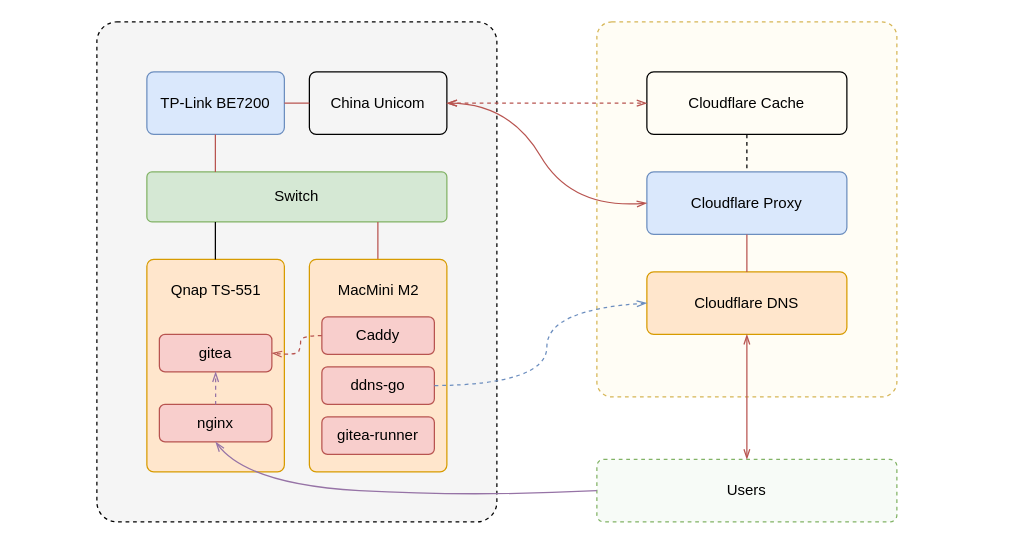
Above: source/_local/blog-from-scratch/topology.drawio in Linloir/blog (draw.io), before the change. Source tidied: cells renumbered, new cells numbered last; positions are measured from the earlier drawing's top-left corner, leaving out a move shared by most shapes. Both pictures are drawn from the tidied source at 125%, with x=0, y=0 at pixel (96, 21).
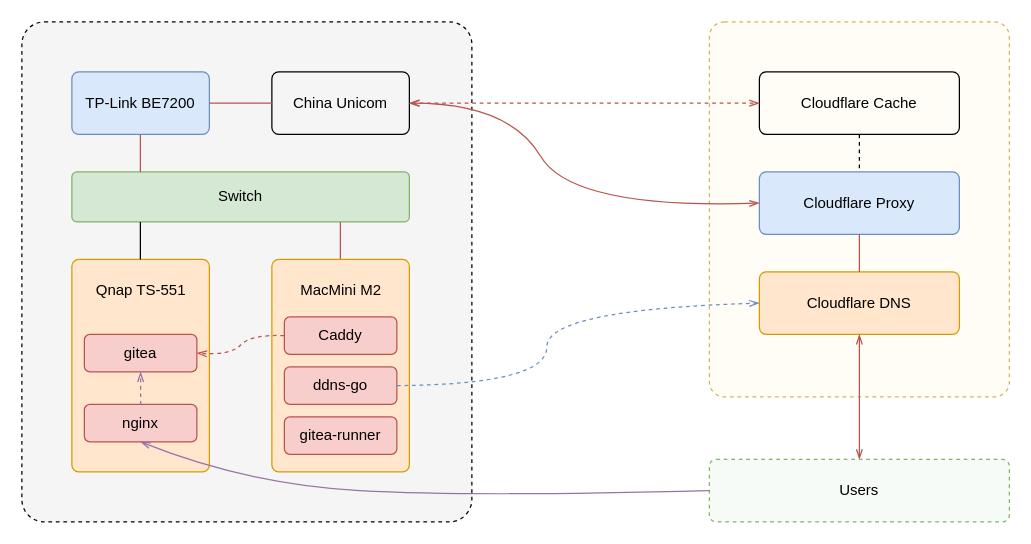
After the change.

Diff of the diagram source:
```diff
@@
+    <mxCell id="33" style="group;" parent="1" vertex="1">
+      <mxGeometry x="-60" width="790" height="400" as="geometry" />
+    </mxCell>
-    <mxCell id="2" style="rounded=1;whiteSpace=wrap;html=1;dashed=1;arcSize=5;fillOpacity=20;fillColor=#fff2cc;strokeColor=#d6b656;" parent="1" vertex="1">
-      <mxGeometry x="400" width="240" height="300" as="geometry" />
+    <mxCell id="2" style="rounded=1;whiteSpace=wrap;html=1;dashed=1;arcSize=5;fillOpacity=20;fillColor=#fff2cc;strokeColor=#d6b656;" parent="33" vertex="1">
+      <mxGeometry x="550" width="240" height="300" as="geometry" />
     </mxCell>
-    <mxCell id="3" style="rounded=1;whiteSpace=wrap;html=1;dashed=1;fillColor=#CCCCCC;strokeColor=#000000;arcSize=5;fillOpacity=20;" parent="1" vertex="1">
-      <mxGeometry width="320" height="400" as="geometry" />
+    <mxCell id="3" style="rounded=1;whiteSpace=wrap;html=1;dashed=1;fillColor=#CCCCCC;strokeColor=#000000;arcSize=5;fillOpacity=20;" parent="33" vertex="1">
+      <mxGeometry width="360" height="400" as="geometry" />
     </mxCell>
-    <mxCell id="4" value="Switch" style="rounded=1;whiteSpace=wrap;html=1;fillOpacity=100;arcSize=10;fillColor=#d5e8d4;strokeColor=#82b366;" parent="1" vertex="1">
-      <mxGeometry x="40" y="120" width="240" height="40" as="geometry" />
+    <mxCell id="4" value="Switch" style="rounded=1;whiteSpace=wrap;html=1;fillOpacity=100;arcSize=10;fillColor=#d5e8d4;strokeColor=#82b366;" parent="33" vertex="1">
+      <mxGeometry x="40" y="120" width="270" height="40" as="geometry" />
     </mxCell>
-    <mxCell id="5" value="China Unicom" style="rounded=1;whiteSpace=wrap;html=1;fillOpacity=100;arcSize=11;fillColor=none;" parent="1" vertex="1">
-      <mxGeometry x="170" y="40" width="110" height="50" as="geometry" />
+    <mxCell id="5" value="China Unicom" style="rounded=1;whiteSpace=wrap;html=1;fillOpacity=100;arcSize=11;fillColor=none;" parent="33" vertex="1">
+      <mxGeometry x="200" y="40" width="110" height="50" as="geometry" />
     </mxCell>
-    <mxCell id="6" value="TP-Link BE7200" style="rounded=1;whiteSpace=wrap;html=1;fillOpacity=100;arcSize=11;fillColor=#dae8fc;strokeColor=#6c8ebf;" parent="1" vertex="1">
+    <mxCell id="6" value="TP-Link BE7200" style="rounded=1;whiteSpace=wrap;html=1;fillOpacity=100;arcSize=11;fillColor=#dae8fc;strokeColor=#6c8ebf;" parent="33" vertex="1">
       <mxGeometry x="40" y="40" width="110" height="50" as="geometry" />
     </mxCell>
-    <mxCell id="7" style="rounded=1;whiteSpace=wrap;html=1;fillOpacity=100;arcSize=5;imageHeight=24;fillColor=#ffe6cc;strokeColor=#d79b00;" parent="1" vertex="1">
+    <mxCell id="7" style="rounded=1;whiteSpace=wrap;html=1;fillOpacity=100;arcSize=5;imageHeight=24;fillColor=#ffe6cc;strokeColor=#d79b00;" parent="33" vertex="1">
       <mxGeometry x="40" y="190" width="110" height="170" as="geometry" />
     </mxCell>
-    <mxCell id="8" style="endArrow=none;html=1;rounded=0;fontFamily=Helvetica;fontSize=12;fontColor=default;entryX=0;entryY=0.5;entryDx=0;entryDy=0;strokeWidth=1;exitX=1;exitY=0.5;exitDx=0;exitDy=0;fillColor=#f8cecc;strokeColor=#b85450;" parent="1" edge="1" source="6" target="5">
+    <mxCell id="8" style="endArrow=none;html=1;rounded=0;fontFamily=Helvetica;fontSize=12;fontColor=default;entryX=0;entryY=0.5;entryDx=0;entryDy=0;strokeWidth=1;exitX=1;exitY=0.5;exitDx=0;exitDy=0;fillColor=#f8cecc;strokeColor=#b85450;" parent="33" edge="1" source="6" target="5">
       <mxGeometry relative="1" as="geometry" />
     </mxCell>
-    <mxCell id="9" style="endArrow=none;html=1;rounded=0;fontFamily=Helvetica;fontSize=12;fontColor=default;entryX=0.5;entryY=1;entryDx=0;entryDy=0;strokeWidth=1;fillColor=#f8cecc;strokeColor=#b85450;" parent="1" edge="1">
+    <mxCell id="9" style="endArrow=none;html=1;rounded=0;fontFamily=Helvetica;fontSize=12;fontColor=default;entryX=0.5;entryY=1;entryDx=0;entryDy=0;strokeWidth=1;fillColor=#f8cecc;strokeColor=#b85450;" parent="33" edge="1">
       <mxGeometry relative="1" as="geometry">
         <mxPoint x="94.8" y="120" as="sourcePoint" />
         <mxPoint x="94.8" y="90" as="targetPoint" />
       </mxGeometry>
     </mxCell>
-    <mxCell id="10" style="endArrow=none;html=1;rounded=0;fontFamily=Helvetica;fontSize=12;fontColor=default;entryX=0.5;entryY=1;entryDx=0;entryDy=0;strokeWidth=1;" parent="1" edge="1">
+    <mxCell id="10" style="endArrow=none;html=1;rounded=0;fontFamily=Helvetica;fontSize=12;fontColor=default;entryX=0.5;entryY=1;entryDx=0;entryDy=0;strokeWidth=1;" parent="33" edge="1">
       <mxGeometry relative="1" as="geometry">
         <mxPoint x="94.8" y="190" as="sourcePoint" />
         <mxPoint x="94.8" y="160" as="targetPoint" />
       </mxGeometry>
     </mxCell>
-    <mxCell id="11" style="endArrow=none;html=1;rounded=0;fontFamily=Helvetica;fontSize=12;fontColor=default;entryX=0.5;entryY=1;entryDx=0;entryDy=0;strokeWidth=1;fillColor=#f8cecc;strokeColor=#b85450;" parent="1" edge="1">
+    <mxCell id="11" style="endArrow=none;html=1;rounded=0;fontFamily=Helvetica;fontSize=12;fontColor=default;entryX=0.5;entryY=1;entryDx=0;entryDy=0;strokeWidth=1;fillColor=#f8cecc;strokeColor=#b85450;" parent="33" edge="1">
       <mxGeometry relative="1" as="geometry">
-        <mxPoint x="224.8" y="190" as="sourcePoint" />
-        <mxPoint x="224.8" y="160" as="targetPoint" />
+        <mxPoint x="254.8" y="190" as="sourcePoint" />
+        <mxPoint x="254.8" y="160" as="targetPoint" />
       </mxGeometry>
     </mxCell>
-    <mxCell id="12" value="Qnap TS-551" style="text;html=1;align=center;verticalAlign=middle;whiteSpace=wrap;rounded=0;fontFamily=Helvetica;fontSize=12;fontColor=default;" parent="1" vertex="1">
+    <mxCell id="12" value="Qnap TS-551" style="text;html=1;align=center;verticalAlign=middle;whiteSpace=wrap;rounded=0;fontFamily=Helvetica;fontSize=12;fontColor=default;" parent="33" vertex="1">
       <mxGeometry x="52.5" y="200" width="85" height="30" as="geometry" />
     </mxCell>
-    <mxCell id="13" value="gitea" style="rounded=1;whiteSpace=wrap;html=1;align=center;verticalAlign=middle;fontFamily=Helvetica;fontSize=12;glass=0;shadow=0;fillColor=#f8cecc;strokeColor=#b85450;strokeWidth=1;" parent="1" vertex="1">
+    <mxCell id="13" value="gitea" style="rounded=1;whiteSpace=wrap;html=1;align=center;verticalAlign=middle;fontFamily=Helvetica;fontSize=12;glass=0;shadow=0;fillColor=#f8cecc;strokeColor=#b85450;strokeWidth=1;" parent="33" vertex="1">
       <mxGeometry x="50" y="250" width="90" height="30" as="geometry" />
     </mxCell>
-    <mxCell id="14" value="nginx" style="rounded=1;whiteSpace=wrap;html=1;align=center;verticalAlign=middle;fontFamily=Helvetica;fontSize=12;glass=0;shadow=0;fillColor=#f8cecc;strokeColor=#b85450;strokeWidth=1;" parent="1" vertex="1">
+    <mxCell id="14" value="nginx" style="rounded=1;whiteSpace=wrap;html=1;align=center;verticalAlign=middle;fontFamily=Helvetica;fontSize=12;glass=0;shadow=0;fillColor=#f8cecc;strokeColor=#b85450;strokeWidth=1;" parent="33" vertex="1">
       <mxGeometry x="50" y="306" width="90" height="30" as="geometry" />
     </mxCell>
-    <mxCell id="15" style="rounded=1;whiteSpace=wrap;html=1;fillOpacity=100;arcSize=5;imageHeight=24;fillColor=#ffe6cc;strokeColor=#d79b00;" parent="1" vertex="1">
-      <mxGeometry x="170" y="190" width="110" height="170" as="geometry" />
+    <mxCell id="15" style="rounded=1;whiteSpace=wrap;html=1;fillOpacity=100;arcSize=5;imageHeight=24;fillColor=#ffe6cc;strokeColor=#d79b00;" parent="33" vertex="1">
+      <mxGeometry x="200" y="190" width="110" height="170" as="geometry" />
     </mxCell>
-    <mxCell id="16" value="Caddy" style="rounded=1;whiteSpace=wrap;html=1;align=center;verticalAlign=middle;fontFamily=Helvetica;fontSize=12;glass=0;shadow=0;fillColor=#f8cecc;strokeColor=#b85450;strokeWidth=1;" parent="1" vertex="1">
-      <mxGeometry x="180" y="236" width="90" height="30" as="geometry" />
+    <mxCell id="16" value="Caddy" style="rounded=1;whiteSpace=wrap;html=1;align=center;verticalAlign=middle;fontFamily=Helvetica;fontSize=12;glass=0;shadow=0;fillColor=#f8cecc;strokeColor=#b85450;strokeWidth=1;" parent="33" vertex="1">
+      <mxGeometry x="210" y="236" width="90" height="30" as="geometry" />
     </mxCell>
-    <mxCell id="17" value="MacMini M2" style="text;html=1;align=center;verticalAlign=middle;whiteSpace=wrap;rounded=0;fontFamily=Helvetica;fontSize=12;fontColor=default;" parent="1" vertex="1">
-      <mxGeometry x="182.5" y="200" width="85" height="30" as="geometry" />
+    <mxCell id="17" value="MacMini M2" style="text;html=1;align=center;verticalAlign=middle;whiteSpace=wrap;rounded=0;fontFamily=Helvetica;fontSize=12;fontColor=default;" parent="33" vertex="1">
+      <mxGeometry x="212.5" y="200" width="85" height="30" as="geometry" />
     </mxCell>
-    <mxCell id="18" value="ddns-go" style="rounded=1;whiteSpace=wrap;html=1;align=center;verticalAlign=middle;fontFamily=Helvetica;fontSize=12;glass=0;shadow=0;fillColor=#f8cecc;strokeColor=#b85450;strokeWidth=1;" parent="1" vertex="1">
-      <mxGeometry x="180" y="276" width="90" height="30" as="geometry" />
+    <mxCell id="18" value="ddns-go" style="rounded=1;whiteSpace=wrap;html=1;align=center;verticalAlign=middle;fontFamily=Helvetica;fontSize=12;glass=0;shadow=0;fillColor=#f8cecc;strokeColor=#b85450;strokeWidth=1;" parent="33" vertex="1">
+      <mxGeometry x="210" y="276" width="90" height="30" as="geometry" />
     </mxCell>
-    <mxCell id="19" value="gitea-runner" style="rounded=1;whiteSpace=wrap;html=1;align=center;verticalAlign=middle;fontFamily=Helvetica;fontSize=12;glass=0;shadow=0;fillColor=#f8cecc;strokeColor=#b85450;strokeWidth=1;" parent="1" vertex="1">
-      <mxGeometry x="180" y="316" width="90" height="30" as="geometry" />
+    <mxCell id="19" value="gitea-runner" style="rounded=1;whiteSpace=wrap;html=1;align=center;verticalAlign=middle;fontFamily=Helvetica;fontSize=12;glass=0;shadow=0;fillColor=#f8cecc;strokeColor=#b85450;strokeWidth=1;" parent="33" vertex="1">
+      <mxGeometry x="210" y="316" width="90" height="30" as="geometry" />
     </mxCell>
-    <mxCell id="20" style="curved=1;endArrow=openThin;html=1;rounded=0;fontFamily=Helvetica;fontSize=12;fontColor=default;exitX=0;exitY=0.5;exitDx=0;exitDy=0;entryX=1;entryY=0.5;entryDx=0;entryDy=0;endFill=0;dashed=1;fillColor=#f8cecc;strokeColor=#b85450;" parent="1" edge="1" source="16" target="13">
+    <mxCell id="20" style="curved=1;endArrow=openThin;html=1;rounded=0;fontFamily=Helvetica;fontSize=12;fontColor=default;exitX=0;exitY=0.5;exitDx=0;exitDy=0;entryX=1;entryY=0.5;entryDx=0;entryDy=0;endFill=0;dashed=1;fillColor=#f8cecc;strokeColor=#b85450;" parent="33" edge="1" source="16" target="13">
       <mxGeometry relative="1" as="geometry">
         <Array as="points">
-          <mxPoint x="163" y="251" />
-          <mxPoint x="163" y="260" />
-          <mxPoint x="160" y="267" />
+          <mxPoint x="183" y="250" />
+          <mxPoint x="167" y="267" />
         </Array>
       </mxGeometry>
     </mxCell>
-    <mxCell id="21" value="Cloudflare DNS" style="rounded=1;whiteSpace=wrap;html=1;strokeColor=#d79b00;align=center;verticalAlign=middle;fontFamily=Helvetica;fontSize=12;fillColor=#ffe6cc;arcSize=11;" parent="1" vertex="1">
-      <mxGeometry x="440" y="200" width="160" height="50" as="geometry" />
+    <mxCell id="21" value="Cloudflare DNS" style="rounded=1;whiteSpace=wrap;html=1;strokeColor=#d79b00;align=center;verticalAlign=middle;fontFamily=Helvetica;fontSize=12;fillColor=#ffe6cc;arcSize=11;" parent="33" vertex="1">
+      <mxGeometry x="590" y="200" width="160" height="50" as="geometry" />
     </mxCell>
-    <mxCell id="22" value="Cloudflare Proxy" style="rounded=1;whiteSpace=wrap;html=1;strokeColor=#6c8ebf;align=center;verticalAlign=middle;fontFamily=Helvetica;fontSize=12;fillColor=#dae8fc;arcSize=11;" parent="1" vertex="1">
-      <mxGeometry x="440" y="120" width="160" height="50" as="geometry" />
+    <mxCell id="22" value="Cloudflare Proxy" style="rounded=1;whiteSpace=wrap;html=1;strokeColor=#6c8ebf;align=center;verticalAlign=middle;fontFamily=Helvetica;fontSize=12;fillColor=#dae8fc;arcSize=11;" parent="33" vertex="1">
+      <mxGeometry x="590" y="120" width="160" height="50" as="geometry" />
     </mxCell>
-    <mxCell id="23" value="Cloudflare Cache" style="rounded=1;whiteSpace=wrap;html=1;strokeColor=default;align=center;verticalAlign=middle;fontFamily=Helvetica;fontSize=12;fontColor=default;fillColor=none;arcSize=11;" parent="1" vertex="1">
-      <mxGeometry x="440" y="40" width="160" height="50" as="geometry" />
+    <mxCell id="23" value="Cloudflare Cache" style="rounded=1;whiteSpace=wrap;html=1;strokeColor=default;align=center;verticalAlign=middle;fontFamily=Helvetica;fontSize=12;fontColor=default;fillColor=none;arcSize=11;" parent="33" vertex="1">
+      <mxGeometry x="590" y="40" width="160" height="50" as="geometry" />
     </mxCell>
-    <mxCell id="24" style="endArrow=none;dashed=1;html=1;strokeWidth=1;rounded=0;fontFamily=Helvetica;fontSize=12;fontColor=default;entryX=0.5;entryY=0;entryDx=0;entryDy=0;exitX=0.5;exitY=1;exitDx=0;exitDy=0;" parent="1" edge="1" source="23" target="22">
+    <mxCell id="24" style="endArrow=none;dashed=1;html=1;strokeWidth=1;rounded=0;fontFamily=Helvetica;fontSize=12;fontColor=default;entryX=0.5;entryY=0;entryDx=0;entryDy=0;exitX=0.5;exitY=1;exitDx=0;exitDy=0;" parent="33" edge="1" source="23" target="22">
       <mxGeometry relative="1" as="geometry" />
     </mxCell>
-    <mxCell id="25" style="endArrow=openThin;startArrow=openThin;html=1;rounded=0;fontFamily=Helvetica;fontSize=12;fontColor=default;exitX=1;exitY=0.5;exitDx=0;exitDy=0;entryX=0;entryY=0.5;entryDx=0;entryDy=0;startFill=0;endFill=0;fillColor=#f8cecc;strokeColor=#b85450;dashed=1;" parent="1" edge="1" source="5" target="23">
+    <mxCell id="25" style="endArrow=openThin;startArrow=openThin;html=1;rounded=0;fontFamily=Helvetica;fontSize=12;fontColor=default;exitX=1;exitY=0.5;exitDx=0;exitDy=0;entryX=0;entryY=0.5;entryDx=0;entryDy=0;startFill=0;endFill=0;fillColor=#f8cecc;strokeColor=#b85450;dashed=1;" parent="33" edge="1" source="5" target="23">
       <mxGeometry relative="1" as="geometry" />
     </mxCell>
-    <mxCell id="26" style="curved=1;endArrow=openThin;html=1;rounded=0;fontFamily=Helvetica;fontSize=12;fontColor=default;exitX=1;exitY=0.5;exitDx=0;exitDy=0;entryX=0;entryY=0.5;entryDx=0;entryDy=0;startArrow=openThin;startFill=0;endFill=0;fillColor=#f8cecc;strokeColor=#b85450;" parent="1" edge="1" source="5" target="22">
+    <mxCell id="26" style="curved=1;endArrow=openThin;html=1;rounded=0;fontFamily=Helvetica;fontSize=12;fontColor=default;exitX=1;exitY=0.5;exitDx=0;exitDy=0;entryX=0;entryY=0.5;entryDx=0;entryDy=0;startArrow=openThin;startFill=0;endFill=0;fillColor=#f8cecc;strokeColor=#b85450;" parent="33" edge="1" source="5" target="22">
       <mxGeometry relative="1" as="geometry">
         <Array as="points">
-          <mxPoint x="330" y="65" />
-          <mxPoint x="380" y="150" />
+          <mxPoint x="390" y="65" />
+          <mxPoint x="440" y="150" />
         </Array>
       </mxGeometry>
     </mxCell>
-    <mxCell id="27" style="endArrow=none;html=1;rounded=0;fontFamily=Helvetica;fontSize=12;fontColor=default;entryX=0.5;entryY=1;entryDx=0;entryDy=0;strokeWidth=1;fillColor=#f8cecc;strokeColor=#b85450;exitX=0.5;exitY=0;exitDx=0;exitDy=0;" parent="1" edge="1" source="21" target="22">
+    <mxCell id="27" style="endArrow=none;html=1;rounded=0;fontFamily=Helvetica;fontSize=12;fontColor=default;entryX=0.5;entryY=1;entryDx=0;entryDy=0;strokeWidth=1;fillColor=#f8cecc;strokeColor=#b85450;exitX=0.5;exitY=0;exitDx=0;exitDy=0;" parent="33" edge="1" source="21" target="22">
       <mxGeometry relative="1" as="geometry" />
     </mxCell>
-    <mxCell id="28" style="endArrow=openThin;html=1;rounded=0;fontFamily=Helvetica;fontSize=12;fontColor=default;entryX=0.5;entryY=1;entryDx=0;entryDy=0;exitX=0.5;exitY=0;exitDx=0;exitDy=0;fillColor=#f8cecc;strokeColor=#b85450;endFill=0;startArrow=openThin;startFill=0;" parent="1" edge="1" source="29" target="21">
+    <mxCell id="28" style="endArrow=openThin;html=1;rounded=0;fontFamily=Helvetica;fontSize=12;fontColor=default;entryX=0.5;entryY=1;entryDx=0;entryDy=0;exitX=0.5;exitY=0;exitDx=0;exitDy=0;fillColor=#f8cecc;strokeColor=#b85450;endFill=0;startArrow=openThin;startFill=0;" parent="33" edge="1" source="29" target="21">
       <mxGeometry relative="1" as="geometry" />
     </mxCell>
-    <mxCell id="29" value="Users" style="rounded=1;whiteSpace=wrap;html=1;strokeColor=#82b366;align=center;verticalAlign=middle;fontFamily=Helvetica;fontSize=12;fillColor=#d5e8d4;arcSize=11;dashed=1;fillOpacity=20;" parent="1" vertex="1">
-      <mxGeometry x="400" y="350" width="240" height="50" as="geometry" />
+    <mxCell id="29" value="Users" style="rounded=1;whiteSpace=wrap;html=1;strokeColor=#82b366;align=center;verticalAlign=middle;fontFamily=Helvetica;fontSize=12;fillColor=#d5e8d4;arcSize=11;dashed=1;fillOpacity=20;" parent="33" vertex="1">
+      <mxGeometry x="550" y="350" width="240" height="50" as="geometry" />
     </mxCell>
-    <mxCell id="30" style="curved=1;endArrow=openThin;html=1;rounded=0;fontFamily=Helvetica;fontSize=12;fontColor=default;exitX=1;exitY=0.5;exitDx=0;exitDy=0;entryX=0;entryY=0.5;entryDx=0;entryDy=0;startArrow=none;startFill=0;endFill=0;fillColor=#dae8fc;strokeColor=#6c8ebf;dashed=1;" parent="1" edge="1" source="18" target="21">
+    <mxCell id="30" style="curved=1;endArrow=openThin;html=1;rounded=0;fontFamily=Helvetica;fontSize=12;fontColor=default;exitX=1;exitY=0.5;exitDx=0;exitDy=0;entryX=0;entryY=0.5;entryDx=0;entryDy=0;startArrow=none;startFill=0;endFill=0;fillColor=#dae8fc;strokeColor=#6c8ebf;dashed=1;" parent="33" edge="1" source="18" target="21">
       <mxGeometry relative="1" as="geometry">
         <Array as="points">
-          <mxPoint x="360" y="290" />
-          <mxPoint x="360" y="230" />
+          <mxPoint x="420" y="290" />
+          <mxPoint x="420" y="230" />
         </Array>
       </mxGeometry>
     </mxCell>
-    <mxCell id="31" style="curved=1;endArrow=openThin;html=1;rounded=0;fontFamily=Helvetica;fontSize=12;fontColor=default;exitX=0;exitY=0.5;exitDx=0;exitDy=0;entryX=0.5;entryY=1;entryDx=0;entryDy=0;endFill=0;fillColor=#e1d5e7;strokeColor=#9673a6;" parent="1" edge="1" source="29" target="14">
+    <mxCell id="31" style="curved=1;endArrow=openThin;html=1;rounded=0;fontFamily=Helvetica;fontSize=12;fontColor=default;exitX=0;exitY=0.5;exitDx=0;exitDy=0;entryX=0.5;entryY=1;entryDx=0;entryDy=0;endFill=0;fillColor=#e1d5e7;strokeColor=#9673a6;" parent="33" edge="1" source="29" target="14">
       <mxGeometry relative="1" as="geometry">
         <Array as="points">
-          <mxPoint x="300" y="380" />
-          <mxPoint x="120" y="370" />
+          <mxPoint x="360" y="380" />
+          <mxPoint x="180" y="370" />
         </Array>
       </mxGeometry>
     </mxCell>
-    <mxCell id="32" style="curved=1;endArrow=openThin;html=1;rounded=0;fontFamily=Helvetica;fontSize=12;fontColor=default;exitX=0.5;exitY=0;exitDx=0;exitDy=0;entryX=0.5;entryY=1;entryDx=0;entryDy=0;endFill=0;dashed=1;fillColor=#e1d5e7;strokeColor=#9673a6;" parent="1" edge="1" source="14" target="13">
+    <mxCell id="32" style="curved=1;endArrow=openThin;html=1;rounded=0;fontFamily=Helvetica;fontSize=12;fontColor=default;exitX=0.5;exitY=0;exitDx=0;exitDy=0;entryX=0.5;entryY=1;entryDx=0;entryDy=0;endFill=0;dashed=1;fillColor=#e1d5e7;strokeColor=#9673a6;" parent="33" edge="1" source="14" target="13">
       <mxGeometry relative="1" as="geometry" />
     </mxCell>
```
